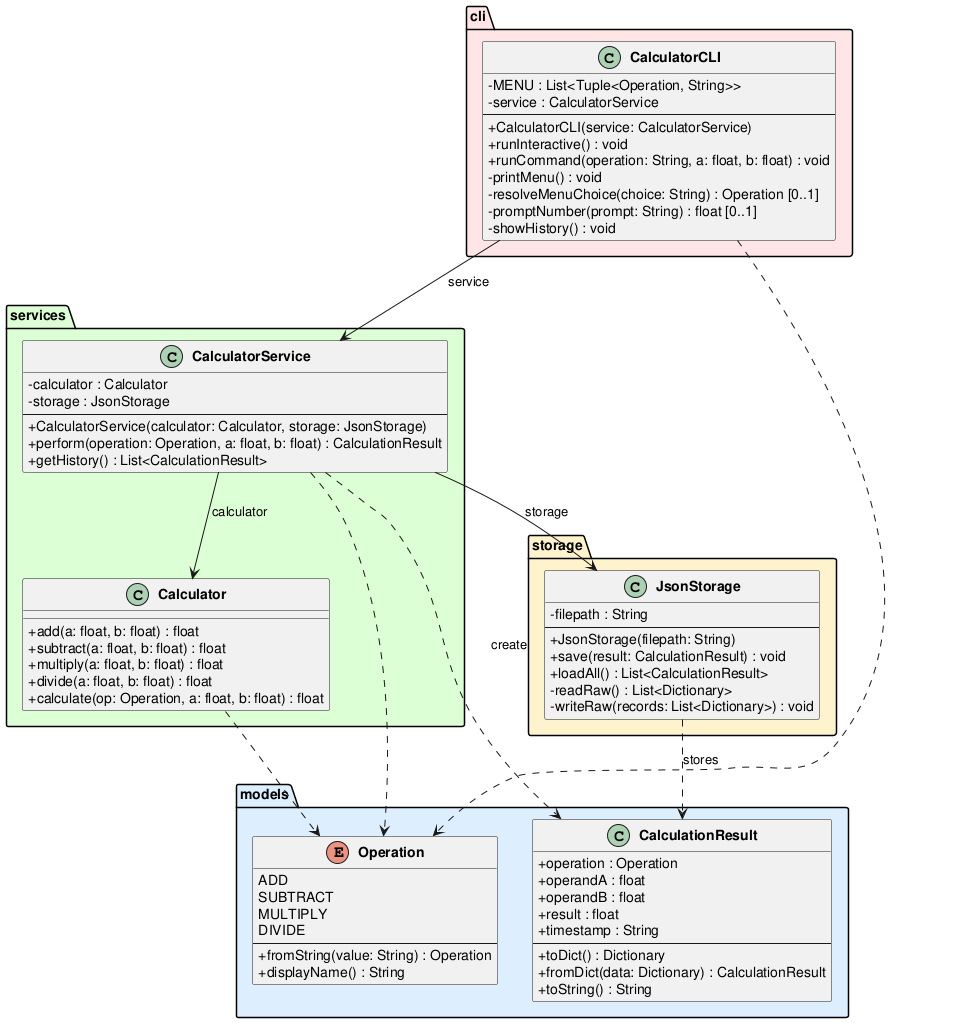
The PlantUML diagram experiments/broadcast/structured_text/calculator/artifacts/class_diagram.png in DanielRiha8906/Software_autoevolution_using_agents, before a commit.
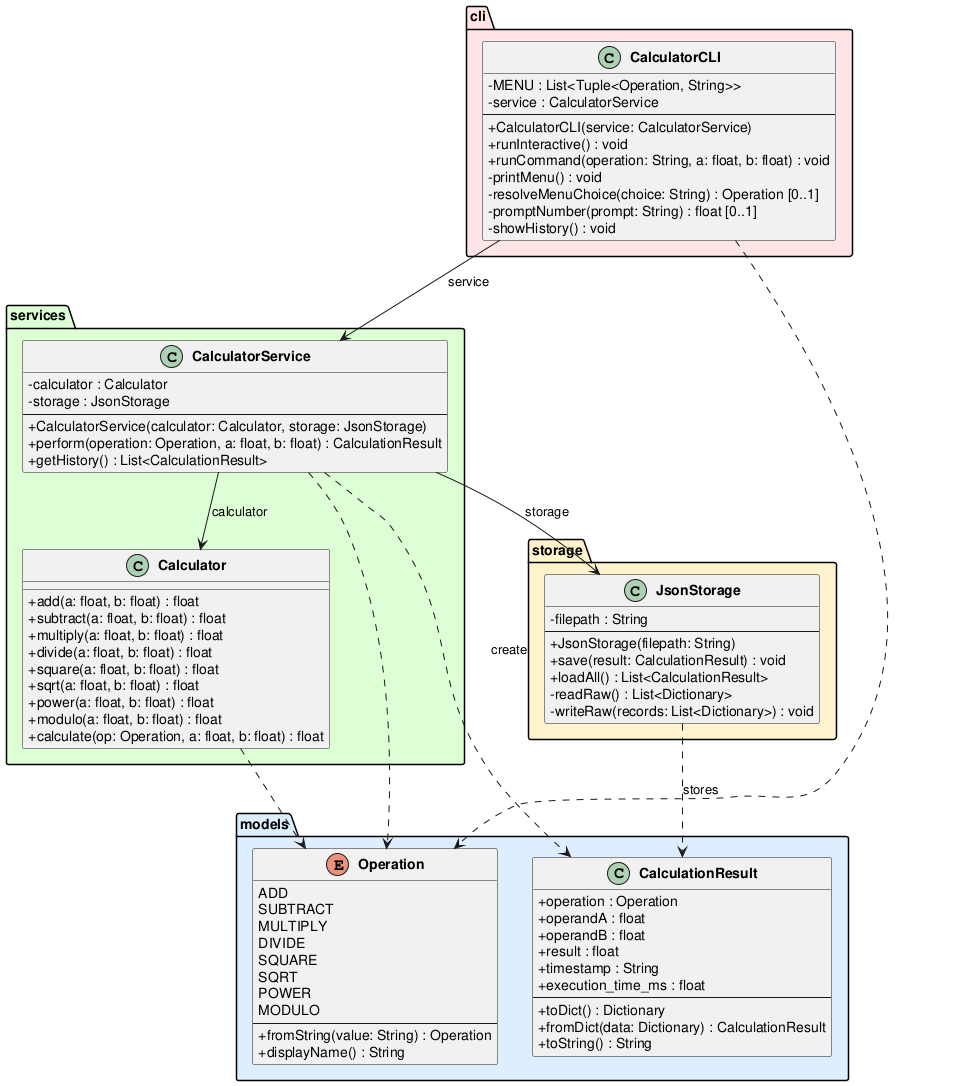
After the commit.

Change to the diagram source:
```diff
@@ -9,6 +9,10 @@
         SUBTRACT
         MULTIPLY
         DIVIDE
+        SQUARE
+        SQRT
+        POWER
+        MODULO
         --
         +fromString(value: String) : Operation
         +displayName() : String
@@ -20,6 +24,7 @@
         +operandB : float
         +result : float
         +timestamp : String
+        +execution_time_ms : float
         --
         +toDict() : Dictionary
         +fromDict(data: Dictionary) : CalculationResult
@@ -33,6 +38,10 @@
         +subtract(a: float, b: float) : float
         +multiply(a: float, b: float) : float
         +divide(a: float, b: float) : float
+        +square(a: float, b: float) : float
+        +sqrt(a: float, b: float) : float
+        +power(a: float, b: float) : float
+        +modulo(a: float, b: float) : float
         +calculate(op: Operation, a: float, b: float) : float
     }
 
```
